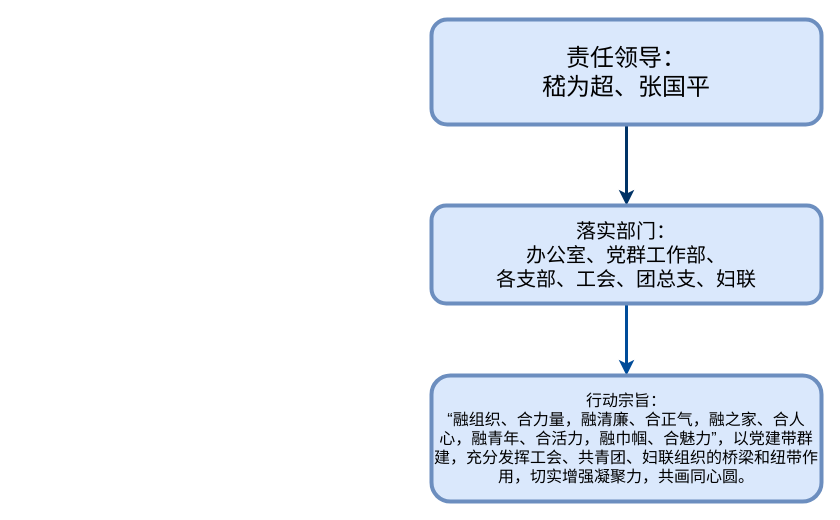
The draw.io diagram 五融五合行动.drawio in redcomet88/DRAW, before the edit. Source tidied: cells renumbered, new cells numbered last; positions are measured from the earlier drawing's top-left corner, leaving out a move shared by most shapes. Both pictures are drawn from the tidied source at 100%, with x=0, y=0 at pixel (431, 19).
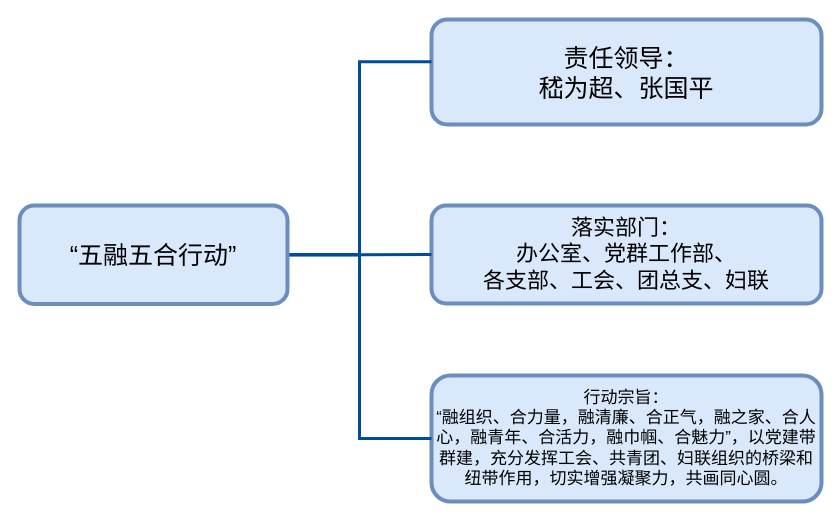
The same diagram, later.

Commit message (it also covers changes not shown here):
Update 五融五合行动.drawio

Diff of the diagram source:
```diff
@@
-<mxGraphModel background="#ffffff">
+<mxGraphModel>
   <root>
     <mxCell id="0" />
     <mxCell id="1" parent="0" />
-    <mxCell id="2" style="edgeStyle=orthogonalEdgeStyle;rounded=0;jettySize=auto;html=1;fontSize=16;strokeColor=#003366;strokeWidth=3;" parent="1" edge="1" source="3" target="5">
-      <mxGeometry relative="1" as="geometry" />
-    </mxCell>
-    <mxCell id="3" value="责任领导：&lt;br&gt;嵇为超、张国平" style="rounded=1;whiteSpace=wrap;html=1;fillColor=#dae8fc;strokeColor=#6c8ebf;fontSize=24;strokeWidth=4;" parent="1" vertex="1">
+    <mxCell id="3" value="责任领导：&lt;br style=&quot;font-size: 25px;&quot;&gt;嵇为超、张国平" style="rounded=1;whiteSpace=wrap;html=1;fillColor=#dae8fc;strokeColor=#6c8ebf;fontSize=25;strokeWidth=4;" parent="1" vertex="1">
       <mxGeometry width="390" height="105" as="geometry" />
     </mxCell>
-    <mxCell id="4" style="edgeStyle=orthogonalEdgeStyle;rounded=0;jettySize=auto;html=1;fontSize=16;strokeColor=#004C99;strokeWidth=3;" parent="1" edge="1" source="5" target="6">
-      <mxGeometry relative="1" as="geometry" />
-    </mxCell>
-    <mxCell id="5" value="落实部门：&lt;br&gt;办公室、党群工作部、&lt;br&gt;各支部、工会、团总支、妇联" style="rounded=1;whiteSpace=wrap;html=1;fillColor=#dae8fc;strokeColor=#6c8ebf;fontSize=20;strokeWidth=4;" parent="1" vertex="1">
+    <mxCell id="5" value="落实部门：&lt;br style=&quot;font-size: 22px;&quot;&gt;办公室、党群工作部、&lt;br style=&quot;font-size: 22px;&quot;&gt;各支部、工会、团总支、妇联" style="rounded=1;whiteSpace=wrap;html=1;fillColor=#dae8fc;strokeColor=#6c8ebf;fontSize=22;strokeWidth=4;" parent="1" vertex="1">
       <mxGeometry y="186" width="390" height="98" as="geometry" />
     </mxCell>
-    <mxCell id="6" value="行动宗旨：&lt;br style=&quot;font-size: 16px;&quot;&gt;“融组织、合力量，融清廉、合正气，融之家、合人心，融青年、合活力，融巾帼、合魅力”，以党建带群建，充分发挥工会、共青团、妇联组织的桥梁和纽带作用，切实增强凝聚力，共画同心圆。" style="rounded=1;whiteSpace=wrap;html=1;fillColor=#dae8fc;strokeColor=#6c8ebf;fontSize=16;strokeWidth=4;" parent="1" vertex="1">
+    <mxCell id="6" value="行动宗旨：&lt;br style=&quot;font-size: 17px;&quot;&gt;“融组织、合力量，融清廉、合正气，融之家、合人心，融青年、合活力，融巾帼、合魅力”，以党建带群建，充分发挥工会、共青团、妇联组织的桥梁和纽带作用，切实增强凝聚力，共画同心圆。" style="rounded=1;whiteSpace=wrap;html=1;fillColor=#dae8fc;strokeColor=#6c8ebf;fontSize=17;strokeWidth=4;" parent="1" vertex="1">
       <mxGeometry y="356" width="390" height="126" as="geometry" />
     </mxCell>
+    <mxCell id="7" style="edgeStyle=orthogonalEdgeStyle;rounded=0;jettySize=auto;html=1;exitX=1;exitY=0.5;exitDx=0;exitDy=0;entryX=0;entryY=0.403;entryDx=0;entryDy=0;entryPerimeter=0;fontSize=16;strokeColor=#004C99;strokeWidth=3;endArrow=none;endFill=0;" parent="1" edge="1" source="10" target="3">
+      <mxGeometry relative="1" as="geometry" />
+    </mxCell>
+    <mxCell id="8" style="edgeStyle=orthogonalEdgeStyle;rounded=0;jettySize=auto;html=1;exitX=1;exitY=0.5;exitDx=0;exitDy=0;entryX=0;entryY=0.5;entryDx=0;entryDy=0;fontSize=16;endArrow=none;endFill=0;strokeColor=#004C99;strokeWidth=3;" parent="1" edge="1" source="10" target="5">
+      <mxGeometry relative="1" as="geometry" />
+    </mxCell>
+    <mxCell id="9" style="edgeStyle=orthogonalEdgeStyle;rounded=0;jettySize=auto;html=1;exitX=1;exitY=0.5;exitDx=0;exitDy=0;entryX=0;entryY=0.5;entryDx=0;entryDy=0;fontSize=16;endArrow=none;endFill=0;strokeColor=#004C99;strokeWidth=3;" parent="1" edge="1" source="10" target="6">
+      <mxGeometry relative="1" as="geometry" />
+    </mxCell>
+    <mxCell id="10" value="“五融五合行动”" style="rounded=1;whiteSpace=wrap;html=1;fillColor=#dae8fc;strokeColor=#6c8ebf;fontSize=25;strokeWidth=4;" parent="1" vertex="1">
+      <mxGeometry x="-412" y="186" width="268" height="98.5" as="geometry" />
+    </mxCell>
   </root>
 </mxGraphModel>
```
